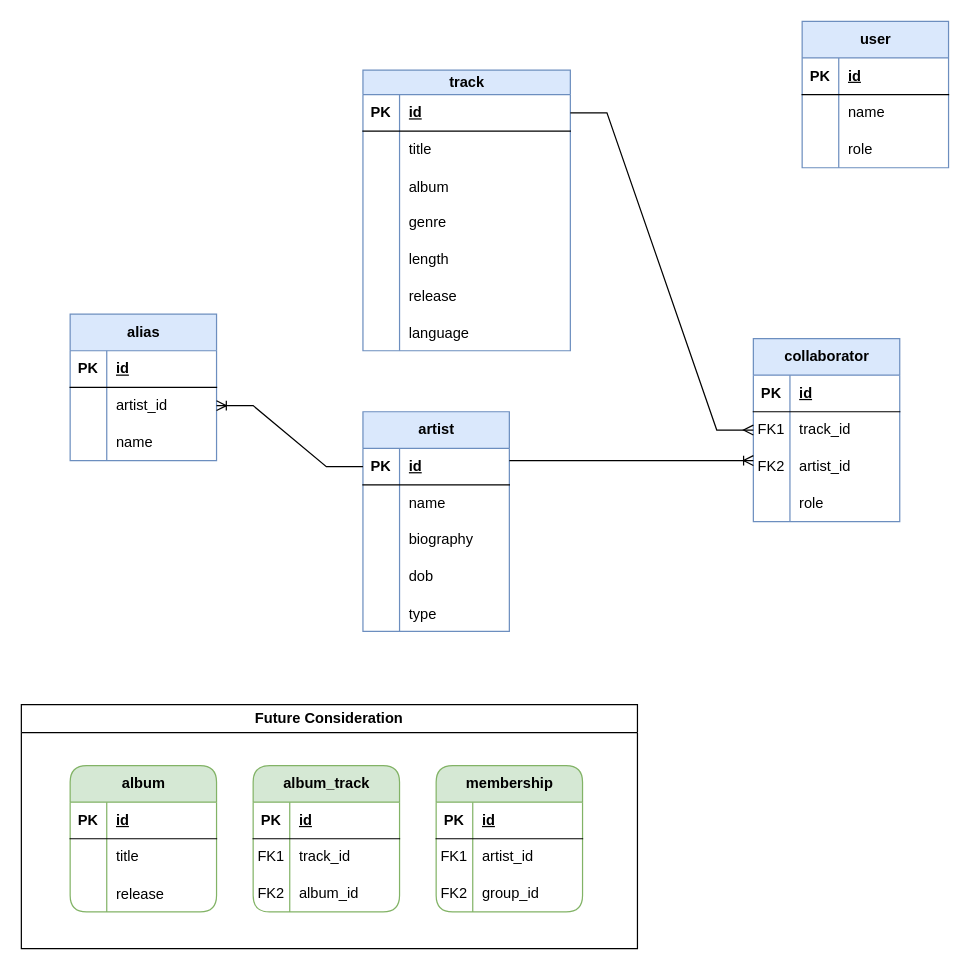
This is ER Diagram.drawio from devmalik19/musicdb, a draw.io file, before an edit. Source tidied: cells renumbered, new cells numbered last; positions are measured from the earlier drawing's top-left corner, leaving out a move shared by most shapes. Both pictures are drawn from the tidied source at 122%, with x=0, y=0 at pixel (21, 21).
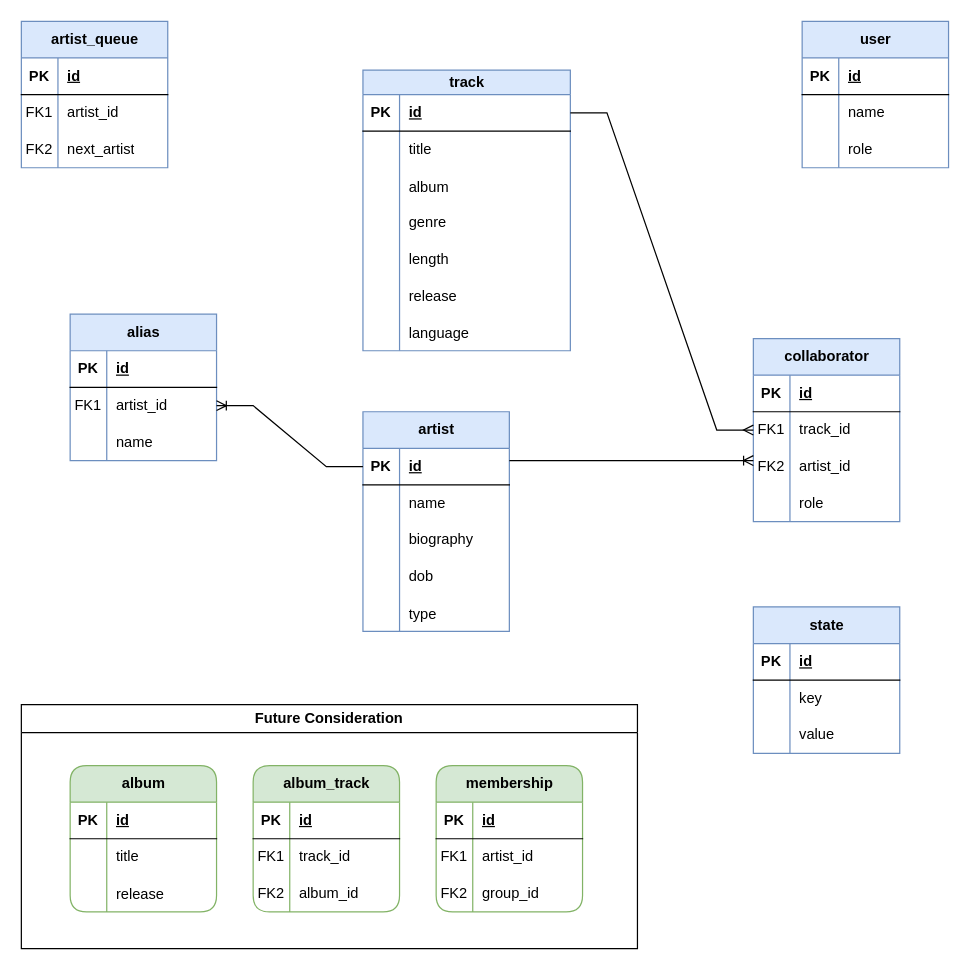
The same page after the edit.

The change refers to these unchanged cells:
```xml
<mxCell id="67" style="shape=tableRow;horizontal=0;startSize=0;swimlaneHead=0;swimlaneBody=0;fillColor=none;points=[[0,0.5],[1,0.5]];portConstraint=eastwest;top=0;left=0;right=0;bottom=0;" parent="63" vertex="1">
  <mxGeometry y="60" width="120" height="30" as="geometry" />
</mxCell>
```

Change to the diagram source:
```diff
@@
-    <mxCell id="68" style="shape=partialRectangle;fillColor=none;top=0;left=0;bottom=0;right=0;overflow=hidden;whiteSpace=wrap;html=1;" parent="67" vertex="1">
+    <mxCell id="68" value="FK1" style="shape=partialRectangle;fillColor=none;top=0;left=0;bottom=0;right=0;overflow=hidden;whiteSpace=wrap;html=1;" parent="67" vertex="1">
       <mxGeometry width="30" height="30" as="geometry" />
     </mxCell>
@@
+    <mxCell id="111" value="artist_queue" style="shape=table;startSize=30;childLayout=tableLayout;rowLines=0;fontStyle=1;align=center;html=1;fillColor=#dae8fc;strokeColor=#6c8ebf;" parent="1" vertex="1">
+      <mxGeometry width="120" height="120" as="geometry" />
+    </mxCell>
+    <mxCell id="112" style="shape=tableRow;horizontal=0;startSize=0;swimlaneHead=0;swimlaneBody=0;fillColor=none;top=0;left=0;right=0;bottom=1;" parent="111" vertex="1">
+      <mxGeometry y="30" width="120" height="30" as="geometry" />
+    </mxCell>
+    <mxCell id="113" value="PK" style="shape=partialRectangle;fillColor=none;top=0;left=0;bottom=0;right=0;fontStyle=1;overflow=hidden;whiteSpace=wrap;html=1;" parent="112" vertex="1">
+      <mxGeometry width="30" height="30" as="geometry" />
+    </mxCell>
+    <mxCell id="114" value="id" style="shape=partialRectangle;fillColor=none;top=0;left=0;bottom=0;right=0;align=left;spacingLeft=6;fontStyle=5;overflow=hidden;whiteSpace=wrap;html=1;" parent="112" vertex="1">
+      <mxGeometry x="30" width="90" height="30" as="geometry" />
+    </mxCell>
+    <mxCell id="115" style="shape=tableRow;horizontal=0;startSize=0;swimlaneHead=0;swimlaneBody=0;fillColor=none;top=0;left=0;right=0;bottom=0;" parent="111" vertex="1">
+      <mxGeometry y="60" width="120" height="30" as="geometry" />
+    </mxCell>
+    <mxCell id="116" value="FK1" style="shape=partialRectangle;fillColor=none;top=0;left=0;bottom=0;right=0;overflow=hidden;whiteSpace=wrap;html=1;" parent="115" vertex="1">
+      <mxGeometry width="30" height="30" as="geometry" />
+    </mxCell>
+    <mxCell id="117" value="artist_id" style="shape=partialRectangle;fillColor=none;top=0;left=0;bottom=0;right=0;align=left;spacingLeft=6;overflow=hidden;whiteSpace=wrap;html=1;" parent="115" vertex="1">
+      <mxGeometry x="30" width="90" height="30" as="geometry" />
+    </mxCell>
+    <mxCell id="118" style="shape=tableRow;horizontal=0;startSize=0;swimlaneHead=0;swimlaneBody=0;fillColor=none;top=0;left=0;right=0;bottom=0;" parent="111" vertex="1">
+      <mxGeometry y="90" width="120" height="30" as="geometry" />
+    </mxCell>
+    <mxCell id="119" value="FK2" style="shape=partialRectangle;fillColor=none;top=0;left=0;bottom=0;right=0;overflow=hidden;whiteSpace=wrap;html=1;" parent="118" vertex="1">
+      <mxGeometry width="30" height="30" as="geometry" />
+    </mxCell>
+    <mxCell id="120" value="next_artist" style="shape=partialRectangle;fillColor=none;top=0;left=0;bottom=0;right=0;align=left;spacingLeft=6;overflow=hidden;whiteSpace=wrap;html=1;" parent="118" vertex="1">
+      <mxGeometry x="30" width="90" height="30" as="geometry" />
+    </mxCell>
+    <mxCell id="121" value="state" style="shape=table;startSize=30;childLayout=tableLayout;rowLines=0;fontStyle=1;align=center;html=1;fillColor=#dae8fc;strokeColor=#6c8ebf;" parent="1" vertex="1">
+      <mxGeometry x="600" y="480" width="120" height="120" as="geometry" />
+    </mxCell>
+    <mxCell id="122" style="shape=tableRow;horizontal=0;startSize=0;swimlaneHead=0;swimlaneBody=0;fillColor=none;top=0;left=0;right=0;bottom=1;" parent="121" vertex="1">
+      <mxGeometry y="30" width="120" height="30" as="geometry" />
+    </mxCell>
+    <mxCell id="123" value="PK" style="shape=partialRectangle;fillColor=none;top=0;left=0;bottom=0;right=0;fontStyle=1;overflow=hidden;whiteSpace=wrap;html=1;" parent="122" vertex="1">
+      <mxGeometry width="30" height="30" as="geometry" />
+    </mxCell>
+    <mxCell id="124" value="id" style="shape=partialRectangle;fillColor=none;top=0;left=0;bottom=0;right=0;align=left;spacingLeft=6;fontStyle=5;overflow=hidden;whiteSpace=wrap;html=1;" parent="122" vertex="1">
+      <mxGeometry x="30" width="90" height="30" as="geometry" />
+    </mxCell>
+    <mxCell id="125" style="shape=tableRow;horizontal=0;startSize=0;swimlaneHead=0;swimlaneBody=0;fillColor=none;top=0;left=0;right=0;bottom=0;" parent="121" vertex="1">
+      <mxGeometry y="60" width="120" height="30" as="geometry" />
+    </mxCell>
+    <mxCell id="126" style="shape=partialRectangle;fillColor=none;top=0;left=0;bottom=0;right=0;overflow=hidden;whiteSpace=wrap;html=1;" parent="125" vertex="1">
+      <mxGeometry width="30" height="30" as="geometry" />
+    </mxCell>
+    <mxCell id="127" value="key&lt;br&gt;" style="shape=partialRectangle;fillColor=none;top=0;left=0;bottom=0;right=0;align=left;spacingLeft=6;overflow=hidden;whiteSpace=wrap;html=1;" parent="125" vertex="1">
+      <mxGeometry x="30" width="90" height="30" as="geometry" />
+    </mxCell>
+    <mxCell id="128" style="shape=tableRow;horizontal=0;startSize=0;swimlaneHead=0;swimlaneBody=0;fillColor=none;top=0;left=0;right=0;bottom=0;" parent="121" vertex="1">
+      <mxGeometry y="90" width="120" height="30" as="geometry" />
+    </mxCell>
+    <mxCell id="129" style="shape=partialRectangle;fillColor=none;top=0;left=0;bottom=0;right=0;overflow=hidden;whiteSpace=wrap;html=1;" parent="128" vertex="1">
+      <mxGeometry width="30" height="30" as="geometry" />
+    </mxCell>
+    <mxCell id="130" value="value" style="shape=partialRectangle;fillColor=none;top=0;left=0;bottom=0;right=0;align=left;spacingLeft=6;overflow=hidden;whiteSpace=wrap;html=1;" parent="128" vertex="1">
+      <mxGeometry x="30" width="90" height="30" as="geometry" />
+    </mxCell>
```
